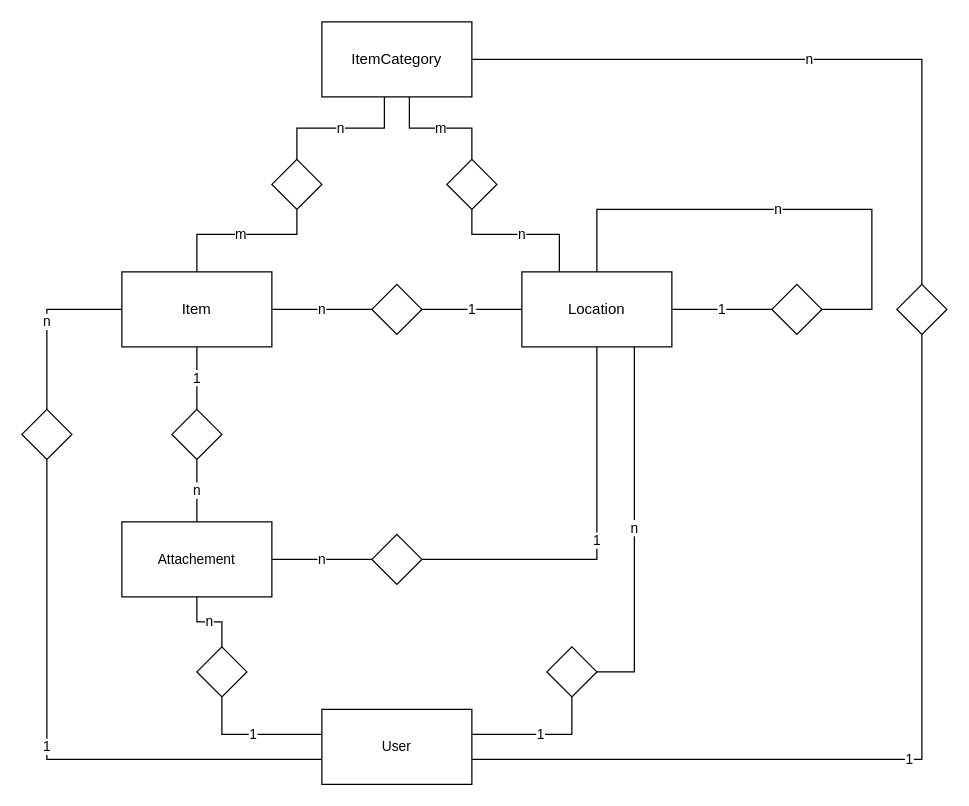
discohagen/springventory keeps this draw.io diagram as concept/springventory.drawio. Above is the earlier version. Source tidied: cells renumbered, new cells numbered last; positions are measured from the earlier drawing's top-left corner, leaving out a move shared by most shapes. Both pictures are drawn from the tidied source at 125%, with x=0, y=0 at pixel (21, 21).
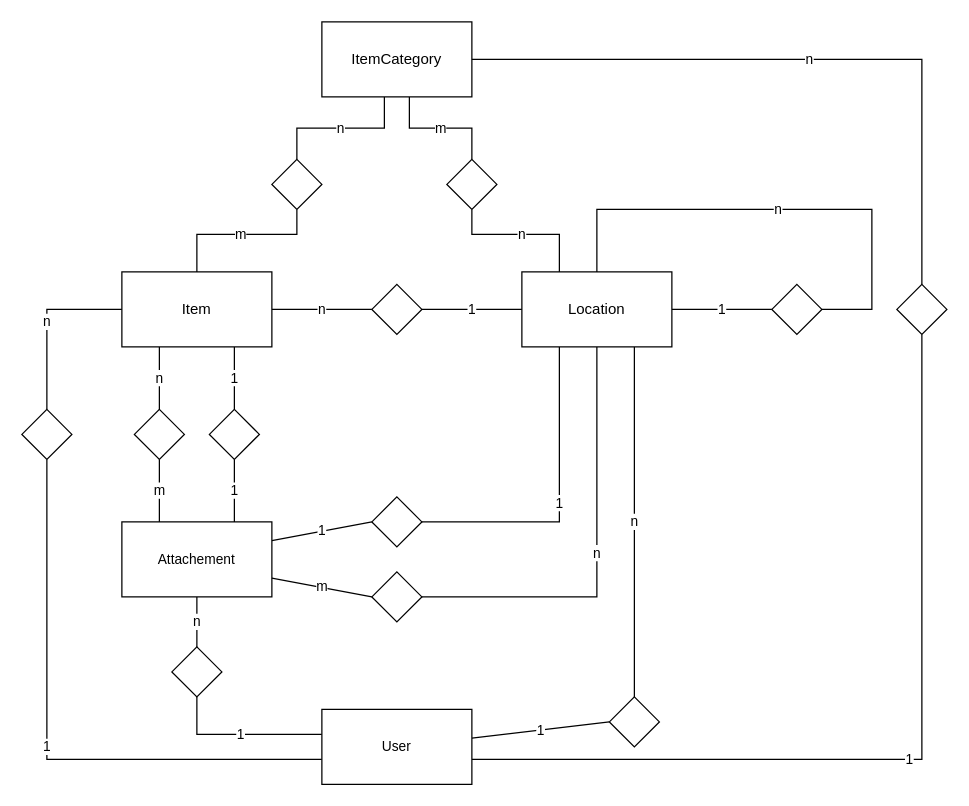
After the change.

The change refers to these unchanged cells:
```xml
<mxCell id="4" value="Item" style="rounded=0;whiteSpace=wrap;html=1;" parent="1" vertex="1">
  <mxGeometry x="80" y="200" width="120" height="60" as="geometry" />
</mxCell>
<mxCell id="8" value="Location" style="rounded=0;whiteSpace=wrap;html=1;" parent="1" vertex="1">
  <mxGeometry x="400" y="200" width="120" height="60" as="geometry" />
</mxCell>
<mxCell id="14" value="Attachement" style="rounded=0;whiteSpace=wrap;html=1;fontFamily=Helvetica;fontSize=11;fontColor=default;labelBackgroundColor=default;" parent="1" vertex="1">
  <mxGeometry x="80" y="400" width="120" height="60" as="geometry" />
</mxCell>
<mxCell id="28" value="User" style="rounded=0;whiteSpace=wrap;html=1;fontFamily=Helvetica;fontSize=11;fontColor=default;labelBackgroundColor=default;" parent="1" vertex="1">
  <mxGeometry x="240" y="550" width="120" height="60" as="geometry" />
</mxCell>
```

Change to the diagram source:
```diff
@@
-    <mxCell id="3" value="1" style="edgeStyle=orthogonalEdgeStyle;shape=connector;rounded=0;jettySize=auto;html=1;strokeColor=default;align=center;verticalAlign=middle;fontFamily=Helvetica;fontSize=11;fontColor=default;labelBackgroundColor=default;startFill=0;endArrow=none;" parent="1" edge="1" source="4" target="15">
+    <mxCell id="3" value="n" style="edgeStyle=orthogonalEdgeStyle;shape=connector;rounded=0;jettySize=auto;html=1;strokeColor=default;align=center;verticalAlign=middle;fontFamily=Helvetica;fontSize=11;fontColor=default;labelBackgroundColor=default;startFill=0;endArrow=none;exitX=0.25;exitY=1;exitDx=0;exitDy=0;" parent="1" edge="1" source="4" target="15">
       <mxGeometry relative="1" as="geometry" />
     </mxCell>
+    <mxCell id="37" value="1" style="edgeStyle=orthogonalEdgeStyle;rounded=0;jettySize=auto;html=1;exitX=0.75;exitY=1;exitDx=0;exitDy=0;endArrow=none;startFill=0;" parent="1" edge="1" source="4" target="40">
+      <mxGeometry relative="1" as="geometry" />
+    </mxCell>
@@
-    <mxCell id="6" value="1" style="edgeStyle=orthogonalEdgeStyle;shape=connector;rounded=0;jettySize=auto;html=1;strokeColor=default;align=center;verticalAlign=middle;fontFamily=Helvetica;fontSize=11;fontColor=default;labelBackgroundColor=default;startFill=0;endArrow=none;entryX=1;entryY=0.5;entryDx=0;entryDy=0;" parent="1" edge="1" source="8" target="17">
-      <mxGeometry relative="1" as="geometry">
+    <mxCell id="6" value="n" style="edgeStyle=orthogonalEdgeStyle;shape=connector;rounded=0;jettySize=auto;html=1;strokeColor=default;align=center;verticalAlign=middle;fontFamily=Helvetica;fontSize=11;fontColor=default;labelBackgroundColor=default;startFill=0;endArrow=none;entryX=1;entryY=0.5;entryDx=0;entryDy=0;" parent="1" edge="1" source="8" target="17">
+      <mxGeometry x="-0.03" relative="1" as="geometry">
         <Array as="points">
-          <mxPoint x="460" y="430" />
+          <mxPoint x="460" y="460" />
         </Array>
       </mxGeometry>
     </mxCell>
@@
-    <mxCell id="13" value="n" style="edgeStyle=orthogonalEdgeStyle;shape=connector;rounded=0;jettySize=auto;html=1;strokeColor=default;align=center;verticalAlign=middle;fontFamily=Helvetica;fontSize=11;fontColor=default;labelBackgroundColor=default;startFill=0;endArrow=none;" parent="1" edge="1" source="14" target="15">
+    <mxCell id="13" value="m" style="edgeStyle=orthogonalEdgeStyle;shape=connector;rounded=0;jettySize=auto;html=1;strokeColor=default;align=center;verticalAlign=middle;fontFamily=Helvetica;fontSize=11;fontColor=default;labelBackgroundColor=default;startFill=0;endArrow=none;exitX=0.25;exitY=0;exitDx=0;exitDy=0;" parent="1" edge="1" source="14" target="15">
       <mxGeometry relative="1" as="geometry" />
     </mxCell>
+    <mxCell id="38" value="1" style="edgeStyle=none;shape=connector;rounded=0;jettySize=auto;html=1;exitX=1;exitY=0.25;exitDx=0;exitDy=0;entryX=0;entryY=0.5;entryDx=0;entryDy=0;strokeColor=default;align=center;verticalAlign=middle;fontFamily=Helvetica;fontSize=11;fontColor=default;labelBackgroundColor=default;startFill=0;endArrow=none;" parent="1" edge="1" source="14" target="42">
+      <mxGeometry relative="1" as="geometry" />
+    </mxCell>
@@
     <mxCell id="15" style="rhombus;whiteSpace=wrap;html=1;" parent="1" vertex="1">
-      <mxGeometry x="120" y="310" width="40" height="40" as="geometry" />
+      <mxGeometry x="90" y="310" width="40" height="40" as="geometry" />
     </mxCell>
-    <mxCell id="16" value="n" style="edgeStyle=orthogonalEdgeStyle;shape=connector;rounded=0;jettySize=auto;html=1;strokeColor=default;align=center;verticalAlign=middle;fontFamily=Helvetica;fontSize=11;fontColor=default;labelBackgroundColor=default;startFill=0;endArrow=none;" parent="1" edge="1" source="17" target="14">
+    <mxCell id="16" value="m" style="shape=connector;rounded=0;jettySize=auto;html=1;strokeColor=default;align=center;verticalAlign=middle;fontFamily=Helvetica;fontSize=11;fontColor=default;labelBackgroundColor=default;startFill=0;endArrow=none;entryX=1;entryY=0.75;entryDx=0;entryDy=0;exitX=0;exitY=0.5;exitDx=0;exitDy=0;" parent="1" edge="1" source="17" target="14">
       <mxGeometry relative="1" as="geometry" />
     </mxCell>
     <mxCell id="17" style="rhombus;whiteSpace=wrap;html=1;" parent="1" vertex="1">
-      <mxGeometry x="280" y="410" width="40" height="40" as="geometry" />
+      <mxGeometry x="280" y="440" width="40" height="40" as="geometry" />
     </mxCell>
@@
-    <mxCell id="24" value="1" style="edgeStyle=orthogonalEdgeStyle;shape=connector;rounded=0;jettySize=auto;html=1;strokeColor=default;align=center;verticalAlign=middle;fontFamily=Helvetica;fontSize=11;fontColor=default;labelBackgroundColor=default;endArrow=none;endFill=0;" parent="1" edge="1" source="28" target="34">
-      <mxGeometry relative="1" as="geometry">
-        <Array as="points">
-          <mxPoint x="440" y="570" />
-        </Array>
-      </mxGeometry>
+    <mxCell id="24" value="1" style="shape=connector;rounded=0;jettySize=auto;html=1;strokeColor=default;align=center;verticalAlign=middle;fontFamily=Helvetica;fontSize=11;fontColor=default;labelBackgroundColor=default;endArrow=none;endFill=0;entryX=0;entryY=0.5;entryDx=0;entryDy=0;" parent="1" edge="1" source="28" target="34">
+      <mxGeometry relative="1" as="geometry" />
     </mxCell>
-    <mxCell id="25" value="1" style="edgeStyle=orthogonalEdgeStyle;shape=connector;rounded=0;jettySize=auto;html=1;strokeColor=default;align=center;verticalAlign=middle;fontFamily=Helvetica;fontSize=11;fontColor=default;labelBackgroundColor=default;endArrow=none;endFill=0;" parent="1" edge="1" source="28" target="30">
+    <mxCell id="25" value="1" style="edgeStyle=orthogonalEdgeStyle;shape=connector;rounded=0;jettySize=auto;html=1;strokeColor=default;align=center;verticalAlign=middle;fontFamily=Helvetica;fontSize=11;fontColor=default;labelBackgroundColor=default;endArrow=none;endFill=0;entryX=0.5;entryY=1;entryDx=0;entryDy=0;" parent="1" edge="1" source="28" target="30">
       <mxGeometry relative="1" as="geometry">
         <Array as="points">
-          <mxPoint x="160" y="570" />
+          <mxPoint x="140" y="570" />
         </Array>
       </mxGeometry>
     </mxCell>
@@
     <mxCell id="30" style="rhombus;whiteSpace=wrap;html=1;" parent="1" vertex="1">
-      <mxGeometry x="140" y="500" width="40" height="40" as="geometry" />
+      <mxGeometry x="120" y="500" width="40" height="40" as="geometry" />
     </mxCell>
@@
-    <mxCell id="33" value="n" style="edgeStyle=orthogonalEdgeStyle;shape=connector;rounded=0;jettySize=auto;html=1;strokeColor=default;align=center;verticalAlign=middle;fontFamily=Helvetica;fontSize=11;fontColor=default;labelBackgroundColor=default;endArrow=none;endFill=0;exitX=1;exitY=0.5;exitDx=0;exitDy=0;" parent="1" edge="1" source="34" target="8">
+    <mxCell id="33" value="n" style="edgeStyle=orthogonalEdgeStyle;shape=connector;rounded=0;jettySize=auto;html=1;strokeColor=default;align=center;verticalAlign=middle;fontFamily=Helvetica;fontSize=11;fontColor=default;labelBackgroundColor=default;endArrow=none;endFill=0;exitX=0.5;exitY=0;exitDx=0;exitDy=0;" parent="1" edge="1" source="34" target="8">
       <mxGeometry relative="1" as="geometry">
         <Array as="points">
-          <mxPoint x="490" y="520" />
+          <mxPoint x="490" y="380" />
+          <mxPoint x="490" y="380" />
         </Array>
       </mxGeometry>
     </mxCell>
     <mxCell id="34" style="rhombus;whiteSpace=wrap;html=1;" parent="1" vertex="1">
-      <mxGeometry x="420" y="500" width="40" height="40" as="geometry" />
+      <mxGeometry x="470" y="540" width="40" height="40" as="geometry" />
     </mxCell>
@@
+    <mxCell id="39" value="1" style="edgeStyle=orthogonalEdgeStyle;shape=connector;rounded=0;jettySize=auto;html=1;exitX=0.5;exitY=1;exitDx=0;exitDy=0;entryX=0.75;entryY=0;entryDx=0;entryDy=0;strokeColor=default;align=center;verticalAlign=middle;fontFamily=Helvetica;fontSize=11;fontColor=default;labelBackgroundColor=default;startFill=0;endArrow=none;" parent="1" edge="1" source="40" target="14">
+      <mxGeometry relative="1" as="geometry" />
+    </mxCell>
+    <mxCell id="40" style="rhombus;whiteSpace=wrap;html=1;" parent="1" vertex="1">
+      <mxGeometry x="150" y="310" width="40" height="40" as="geometry" />
+    </mxCell>
+    <mxCell id="41" value="1" style="edgeStyle=orthogonalEdgeStyle;shape=connector;rounded=0;jettySize=auto;html=1;exitX=1;exitY=0.5;exitDx=0;exitDy=0;entryX=0.25;entryY=1;entryDx=0;entryDy=0;strokeColor=default;align=center;verticalAlign=middle;fontFamily=Helvetica;fontSize=11;fontColor=default;labelBackgroundColor=default;startFill=0;endArrow=none;" parent="1" edge="1" source="42" target="8">
+      <mxGeometry relative="1" as="geometry" />
+    </mxCell>
+    <mxCell id="42" style="rhombus;whiteSpace=wrap;html=1;" parent="1" vertex="1">
+      <mxGeometry x="280" y="380" width="40" height="40" as="geometry" />
+    </mxCell>
```
